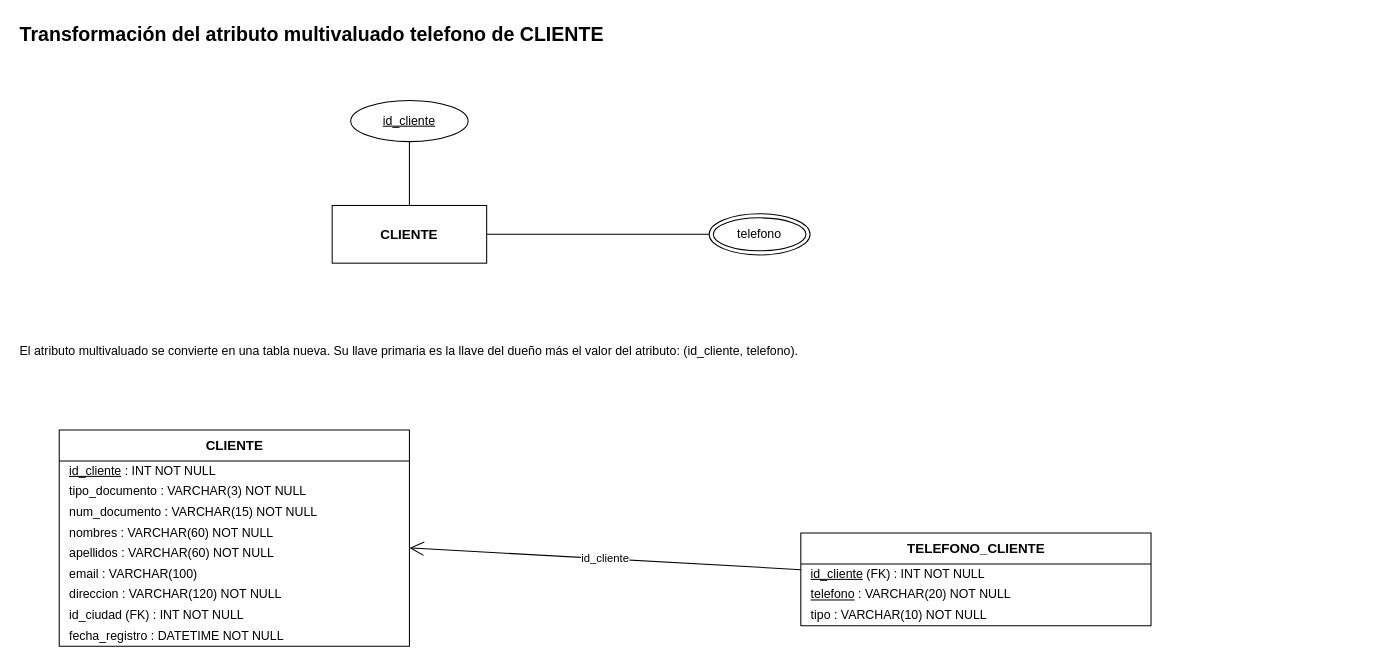
The draw.io diagram documentos/fase1/diagramas_drawio/05_Transformacion_Multivaluado_CLIENTE.drawio in Estarlan/proyecto-bd1-sigevet, before the edit. Source tidied: cells renumbered, new cells numbered last; positions are measured from the earlier drawing's top-left corner, leaving out a move shared by most shapes. Both pictures are drawn from the tidied source at 103%, with x=0, y=0 at pixel (18, 18).
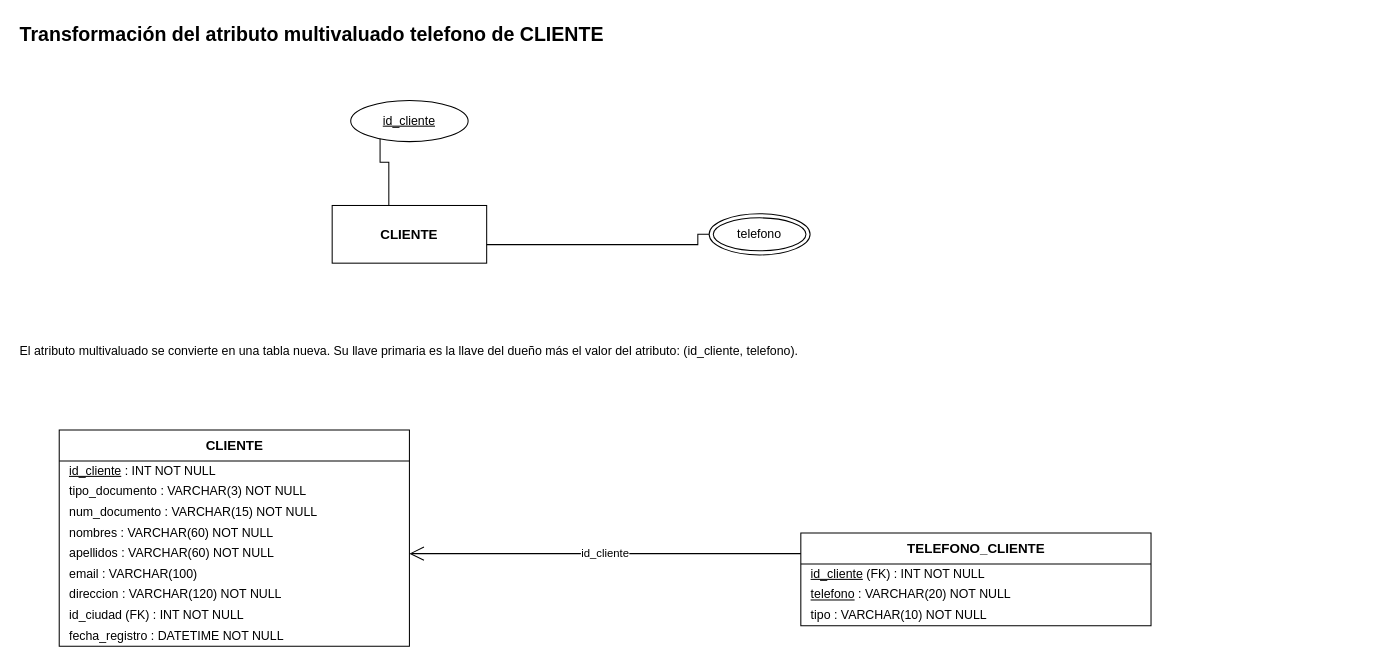
Above is the later version.

The change refers to these unchanged cells:
```xml
<mxCell id="3" value="CLIENTE" style="rounded=0;whiteSpace=wrap;html=1;fillColor=none;fontSize=13;fontStyle=1;" parent="1" vertex="1">
  <mxGeometry x="305" y="182" width="150" height="56" as="geometry" />
</mxCell>
<mxCell id="4" value="&lt;u&gt;id_cliente&lt;/u&gt;" style="ellipse;whiteSpace=wrap;html=1;fillColor=none;fontSize=12;" parent="1" vertex="1">
  <mxGeometry x="323" y="80" width="114" height="40" as="geometry" />
</mxCell>
<mxCell id="6" value="telefono" style="ellipse;shape=doubleEllipse;whiteSpace=wrap;html=1;fillColor=none;fontSize=12;" parent="1" vertex="1">
  <mxGeometry x="671" y="190" width="98" height="40" as="geometry" />
</mxCell>
<mxCell id="9" value="CLIENTE" style="swimlane;fontStyle=1;horizontal=1;startSize=30;html=1;fillColor=none;swimlaneFillColor=none;fontSize=13;" parent="1" vertex="1">
  <mxGeometry x="40" y="400" width="340" height="210" as="geometry" />
</mxCell>
<mxCell id="19" value="TELEFONO_CLIENTE" style="swimlane;fontStyle=1;horizontal=1;startSize=30;html=1;fillColor=none;swimlaneFillColor=none;fontSize=13;" parent="1" vertex="1">
  <mxGeometry x="760" y="500" width="340" height="90" as="geometry" />
</mxCell>
```

Change to the diagram source:
```diff
@@
-    <mxCell id="5" style="html=1;endArrow=none;fontSize=12;labelBackgroundColor=default;jumpStyle=arc;jumpSize=10;" parent="1" edge="1" source="3" target="4">
-      <mxGeometry relative="1" as="geometry" />
+    <mxCell id="5" style="html=1;endArrow=none;fontSize=12;labelBackgroundColor=default;jumpStyle=gap;jumpSize=8;edgeStyle=none;rounded=0;exitX=0.36666667;exitY=0.00000000;exitPerimeter=0;entryX=0.25000000;entryY=0.93301270;entryPerimeter=0;" parent="1" edge="1" source="3" target="4">
+      <mxGeometry relative="1" as="geometry">
+        <Array as="points">
+          <mxPoint x="360" y="160" />
+          <mxPoint x="360" y="140" />
+          <mxPoint x="351.5" y="140" />
+        </Array>
+      </mxGeometry>
     </mxCell>
@@
-    <mxCell id="7" style="html=1;endArrow=none;fontSize=12;labelBackgroundColor=default;jumpStyle=arc;jumpSize=10;" parent="1" edge="1" source="3" target="6">
-      <mxGeometry relative="1" as="geometry" />
+    <mxCell id="7" style="html=1;endArrow=none;fontSize=12;labelBackgroundColor=default;jumpStyle=gap;jumpSize=8;edgeStyle=none;rounded=0;exitX=1.00000000;exitY=0.67857143;exitPerimeter=0;entryX=0.00000000;entryY=0.50000000;entryPerimeter=0;" parent="1" edge="1" source="3" target="6">
+      <mxGeometry relative="1" as="geometry">
+        <Array as="points">
+          <mxPoint x="480" y="220" />
+          <mxPoint x="660" y="220" />
+          <mxPoint x="660" y="210" />
+        </Array>
+      </mxGeometry>
     </mxCell>
@@
-    <mxCell id="23" value="id_cliente" style="html=1;endArrow=none;fontSize=12;labelBackgroundColor=default;endArrow=open;endFill=0;endSize=12;fontSize=11;jumpStyle=arc;jumpSize=10;" parent="1" edge="1" source="19" target="9">
-      <mxGeometry relative="1" as="geometry" />
+    <mxCell id="23" value="id_cliente" style="html=1;endArrow=none;fontSize=12;labelBackgroundColor=default;endArrow=open;endFill=0;endSize=12;fontSize=11;jumpStyle=gap;jumpSize=8;edgeStyle=none;rounded=0;exitX=0.00000000;exitY=0.22222222;exitPerimeter=0;entryX=1.00000000;entryY=0.57142857;entryPerimeter=0;" parent="1" edge="1" source="19" target="9">
+      <mxGeometry relative="1" as="geometry">
+        <Array as="points">
+          <mxPoint x="740" y="520" />
+          <mxPoint x="400" y="520" />
+        </Array>
+      </mxGeometry>
     </mxCell>
```
